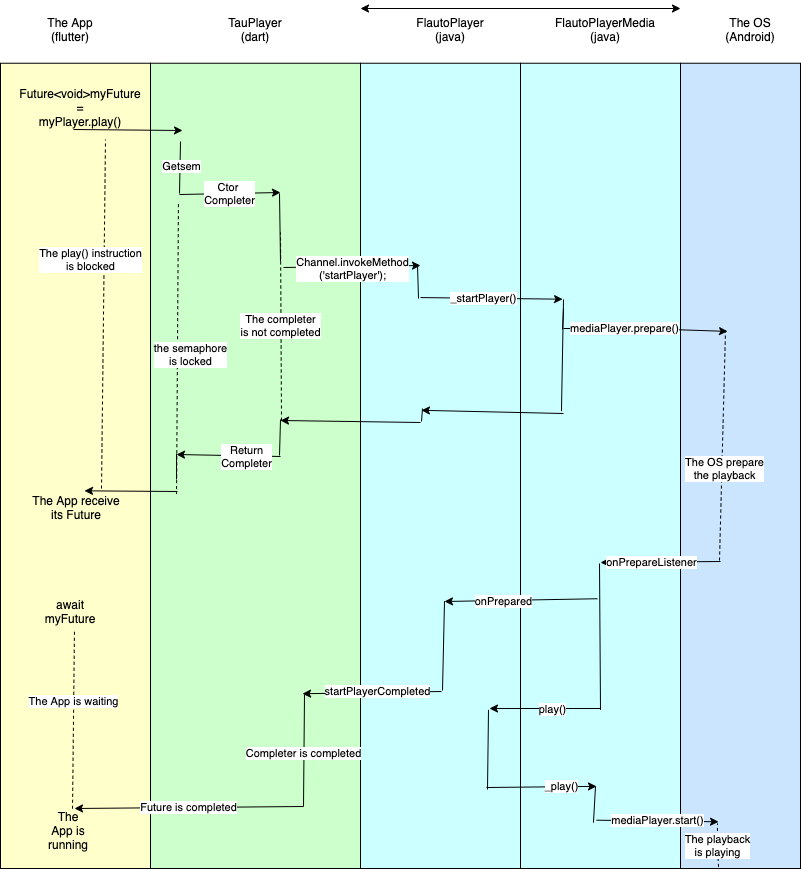
Earlier version of the draw.io export doc/images/processing_flow.png (Canardoux/tau_sound). Source tidied: cells renumbered, new cells last; positions are measured from the earlier drawing's top-left corner, leaving out a move shared by most shapes.
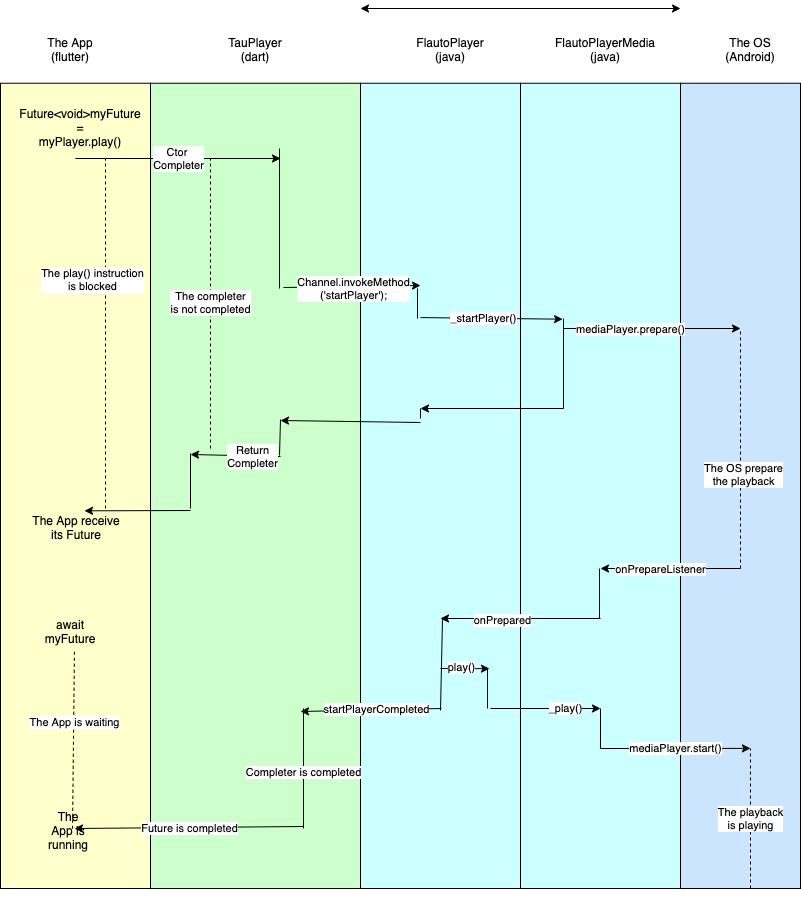
The same file after the commit.

Change to the diagram source:
```diff
@@ -9,7 +9,7 @@
       </mxGeometry>
     </mxCell>
     <mxCell id="3" style="group;" parent="1" vertex="1">
-      <mxGeometry y="10" width="800" height="860" as="geometry" />
+      <mxGeometry y="30" width="800" height="860" as="geometry" />
     </mxCell>
     <mxCell id="4" style="group;" parent="3" vertex="1">
       <mxGeometry x="680" width="120" height="850" as="geometry" />
@@ -20,13 +20,6 @@
     <mxCell id="6" value="The OS&lt;br&gt;(Android)" style="text;html=1;strokeColor=none;fillColor=none;align=center;verticalAlign=middle;whiteSpace=wrap;rounded=0;" parent="4" vertex="1">
       <mxGeometry x="40" width="60" height="22.4" as="geometry" />
     </mxCell>
-    <mxCell id="7" value="The playback&lt;br&gt;is playing" style="endArrow=none;dashed=1;html=1;entryX=0.308;entryY=0.944;entryDx=0;entryDy=0;entryPerimeter=0;exitX=0.317;exitY=0.998;exitDx=0;exitDy=0;exitPerimeter=0;elbow=horizontal;" parent="4" edge="1" source="5" target="5">
-      <mxGeometry relative="1" as="geometry">
-        <Array as="points">
-          <mxPoint x="37" y="830" />
-        </Array>
-      </mxGeometry>
-    </mxCell>
     <mxCell id="8" style="group;" parent="3" vertex="1">
       <mxGeometry width="150" height="850" as="geometry" />
     </mxCell>
@@ -62,9 +55,6 @@
     <mxCell id="18" value="TauPlayer&lt;br&gt;(dart)" style="text;html=1;strokeColor=none;fillColor=none;align=center;verticalAlign=middle;whiteSpace=wrap;rounded=0;" parent="16" vertex="1">
       <mxGeometry x="60" width="90" height="22.4" as="geometry" />
     </mxCell>
-    <mxCell id="19" value="the semaphore&lt;br&gt;is locked" style="endArrow=none;dashed=1;html=1;exitX=0.133;exitY=0.175;exitDx=0;exitDy=0;exitPerimeter=0;entryX=0.124;entryY=0.535;entryDx=0;entryDy=0;entryPerimeter=0;" parent="16" edge="1" source="17" target="17">
-      <mxGeometry x="0.03" y="13" relative="1" as="geometry" />
-    </mxCell>
     <mxCell id="20" style="group;" parent="3" vertex="1">
       <mxGeometry x="360" width="160" height="850" as="geometry" />
     </mxCell>
@@ -74,14 +64,16 @@
     <mxCell id="22" value="FlautoPlayer&lt;br&gt;(java)" style="text;html=1;strokeColor=none;fillColor=none;align=center;verticalAlign=middle;whiteSpace=wrap;rounded=0;" parent="20" vertex="1">
       <mxGeometry x="40" width="100" height="22.4" as="geometry" />
     </mxCell>
-    <mxCell id="23" style="endArrow=none;html=1;entryX=0.8;entryY=0.803;entryDx=0;entryDy=0;entryPerimeter=0;" parent="20" edge="1" target="21">
+    <mxCell id="23" style="endArrow=none;html=1;" parent="20" edge="1">
       <mxGeometry relative="1" as="geometry">
-        <mxPoint x="127" y="771" as="sourcePoint" />
+        <mxPoint x="127" y="670" as="sourcePoint" />
+        <mxPoint x="127" y="630" as="targetPoint" />
       </mxGeometry>
     </mxCell>
-    <mxCell id="24" style="endArrow=none;html=1;exitX=0.525;exitY=0.668;exitDx=0;exitDy=0;exitPerimeter=0;" parent="20" edge="1" source="21">
+    <mxCell id="24" style="endArrow=none;html=1;" parent="20" edge="1">
       <mxGeometry relative="1" as="geometry">
-        <mxPoint x="82" y="672" as="targetPoint" />
+        <mxPoint x="82" y="580" as="sourcePoint" />
+        <mxPoint x="80" y="672" as="targetPoint" />
       </mxGeometry>
     </mxCell>
     <mxCell id="25" style="group;" parent="3" vertex="1">
@@ -93,21 +85,21 @@
     <mxCell id="27" value="FlautoPlayerMedia&lt;br&gt;(java)" style="text;html=1;strokeColor=none;fillColor=none;align=center;verticalAlign=middle;whiteSpace=wrap;rounded=0;" parent="25" vertex="1">
       <mxGeometry x="40" width="90" height="22.4" as="geometry" />
     </mxCell>
-    <mxCell id="28" style="endArrow=none;html=1;exitX=0.5;exitY=0.803;exitDx=0;exitDy=0;exitPerimeter=0;" parent="25" edge="1" source="26">
+    <mxCell id="28" style="endArrow=none;html=1;" parent="25" edge="1">
       <mxGeometry relative="1" as="geometry">
-        <mxPoint x="79" y="545" as="targetPoint" />
+        <mxPoint x="79" y="580" as="sourcePoint" />
+        <mxPoint x="79" y="530" as="targetPoint" />
       </mxGeometry>
     </mxCell>
-    <mxCell id="29" style="endArrow=classic;html=1;" parent="3" edge="1">
-      <mxGeometry relative="1" as="geometry">
-        <mxPoint x="73" y="111" as="sourcePoint" />
-        <mxPoint x="182" y="112" as="targetPoint" />
-      </mxGeometry>
-    </mxCell>
+    <mxCell id="71" style="endArrow=none;html=1;" parent="25" edge="1">
+      <mxGeometry relative="1" as="geometry">
+        <mxPoint x="80" y="710" as="sourcePoint" />
+        <mxPoint x="80" y="670" as="targetPoint" />
+      </mxGeometry>
+    </mxCell>
-    <mxCell id="30" value="play()" style="endArrow=classic;html=1;" parent="3" edge="1">
+    <mxCell id="30" value="play()" style="endArrow=classic;html=1;entryX=0.806;entryY=0.727;entryDx=0;entryDy=0;entryPerimeter=0;" parent="3" edge="1" target="21">
       <mxGeometry x="-0.14" y="1" relative="1" as="geometry">
-        <mxPoint x="600" y="690" as="sourcePoint" />
-        <mxPoint x="489" y="690" as="targetPoint" />
+        <mxPoint x="440" y="630" as="sourcePoint" />
       </mxGeometry>
     </mxCell>
     <mxCell id="31" style="endArrow=classic;html=1;" parent="3" edge="1">
@@ -119,8 +111,10 @@
     <mxCell id="32" value="Future is completed" style="edgeLabel;html=1;align=center;verticalAlign=middle;" parent="31" vertex="1">
       <mxGeometry x="0.01" relative="1" as="geometry" />
     </mxCell>
-    <mxCell id="33" value="mediaPlayer.start()" style="endArrow=classic;html=1;exitX=0.475;exitY=0.94;exitDx=0;exitDy=0;exitPerimeter=0;entryX=0.317;entryY=0.942;entryDx=0;entryDy=0;entryPerimeter=0;" parent="3" edge="1" source="26" target="5">
-      <mxGeometry relative="1" as="geometry" />
+    <mxCell id="33" value="mediaPlayer.start()" style="endArrow=classic;html=1;entryX=0.583;entryY=0.826;entryDx=0;entryDy=0;entryPerimeter=0;" parent="3" edge="1" target="5">
+      <mxGeometry relative="1" as="geometry">
+        <mxPoint x="600" y="710" as="sourcePoint" />
+      </mxGeometry>
     </mxCell>
     <mxCell id="34" style="endArrow=classic;html=1;" parent="3" edge="1">
       <mxGeometry relative="1" as="geometry">
@@ -139,78 +133,85 @@
     <mxCell id="37" value="_startPlayer()" style="edgeLabel;html=1;align=center;verticalAlign=middle;" parent="36" vertex="1">
       <mxGeometry x="-0.12" relative="1" as="geometry" />
     </mxCell>
-    <mxCell id="38" style="endArrow=classic;html=1;exitX=0.481;exitY=0.665;exitDx=0;exitDy=0;exitPerimeter=0;" parent="3" edge="1" source="26">
+    <mxCell id="38" style="endArrow=classic;html=1;" parent="3" edge="1">
       <mxGeometry relative="1" as="geometry">
-        <mxPoint x="444" y="583" as="targetPoint" />
+        <mxPoint x="600" y="580" as="sourcePoint" />
+        <mxPoint x="440" y="580" as="targetPoint" />
       </mxGeometry>
     </mxCell>
     <mxCell id="39" value="onPrepared" style="edgeLabel;html=1;align=center;verticalAlign=middle;" parent="38" vertex="1">
       <mxGeometry x="0.23" y="1" relative="1" as="geometry" />
     </mxCell>
-    <mxCell id="40" style="endArrow=classic;html=1;entryX=0.724;entryY=0.783;entryDx=0;entryDy=0;entryPerimeter=0;" parent="3" edge="1" target="17">
+    <mxCell id="40" style="endArrow=classic;html=1;" parent="3" edge="1">
       <mxGeometry relative="1" as="geometry">
-        <mxPoint x="441" y="673" as="sourcePoint" />
+        <mxPoint x="441" y="670" as="sourcePoint" />
+        <mxPoint x="300" y="673" as="targetPoint" />
       </mxGeometry>
     </mxCell>
     <mxCell id="41" value="startPlayerCompleted" style="edgeLabel;html=1;align=center;verticalAlign=middle;" parent="40" vertex="1">
       <mxGeometry x="-0.08" y="-1" relative="1" as="geometry" />
     </mxCell>
-    <mxCell id="42" style="endArrow=classic;html=1;entryX=0.56;entryY=0.531;entryDx=0;entryDy=0;entryPerimeter=0;" parent="1" edge="1" target="9">
+    <mxCell id="42" style="endArrow=classic;html=1;entryX=0.56;entryY=0.531;entryDx=0;entryDy=0;entryPerimeter=0;" parent="3" edge="1" target="9">
       <mxGeometry relative="1" as="geometry">
-        <mxPoint x="177" y="483" as="sourcePoint" />
+        <mxPoint x="190" y="472" as="sourcePoint" />
       </mxGeometry>
     </mxCell>
-    <mxCell id="43" value="Ctor &lt;br&gt;Completer" style="endArrow=classic;html=1;" parent="1" edge="1">
+    <mxCell id="43" value="Ctor &lt;br&gt;Completer" style="endArrow=classic;html=1;" parent="3" edge="1">
       <mxGeometry relative="1" as="geometry">
-        <mxPoint x="179" y="186" as="sourcePoint" />
-        <mxPoint x="280" y="184" as="targetPoint" />
+        <mxPoint x="75" y="120" as="sourcePoint" />
+        <mxPoint x="280" y="120" as="targetPoint" />
       </mxGeometry>
     </mxCell>
+    <mxCell id="69" style="endArrow=classic;html=1;" parent="3" edge="1">
+      <mxGeometry relative="1" as="geometry">
+        <mxPoint x="490" y="670" as="sourcePoint" />
+        <mxPoint x="600" y="670" as="targetPoint" />
+      </mxGeometry>
+    </mxCell>
+    <mxCell id="70" value="_play()" style="edgeLabel;html=1;align=center;verticalAlign=middle;" parent="69" vertex="1">
+      <mxGeometry x="0.1" y="1" relative="1" as="geometry">
+        <mxPoint x="14" as="offset" />
+      </mxGeometry>
+    </mxCell>
+    <mxCell id="7" value="The playback&lt;br&gt;is playing" style="endArrow=none;dashed=1;html=1;entryX=0.583;entryY=0.826;entryDx=0;entryDy=0;entryPerimeter=0;elbow=horizontal;" parent="3" edge="1" target="5">
+      <mxGeometry relative="1" as="geometry">
+        <mxPoint x="750" y="850" as="sourcePoint" />
+        <Array as="points">
+          <mxPoint x="750" y="780" />
+        </Array>
+      </mxGeometry>
+    </mxCell>
     <mxCell id="44" style="endArrow=classic;html=1;" parent="1" edge="1">
       <mxGeometry relative="1" as="geometry">
         <mxPoint x="280" y="448" as="sourcePoint" />
-        <mxPoint x="176" y="446" as="targetPoint" />
+        <mxPoint x="190" y="446" as="targetPoint" />
       </mxGeometry>
     </mxCell>
     <mxCell id="45" value="Return&lt;br&gt;Completer" style="edgeLabel;html=1;align=center;verticalAlign=middle;" parent="44" vertex="1">
       <mxGeometry x="-0.35" relative="1" as="geometry" />
     </mxCell>
-    <mxCell id="46" style="endArrow=none;html=1;" parent="1" edge="1">
-      <mxGeometry relative="1" as="geometry">
-        <mxPoint x="180" y="133" as="sourcePoint" />
-        <mxPoint x="179" y="185" as="targetPoint" />
-      </mxGeometry>
-    </mxCell>
-    <mxCell id="47" value="Getsem" style="edgeLabel;html=1;align=center;verticalAlign=middle;" parent="46" vertex="1">
-      <mxGeometry x="-0.05" y="1" relative="1" as="geometry" />
-    </mxCell>
     <mxCell id="48" style="endArrow=none;html=1;" parent="1" edge="1">
       <mxGeometry relative="1" as="geometry">
-        <mxPoint x="176" y="445" as="sourcePoint" />
-        <mxPoint x="176" y="471" as="targetPoint" />
+        <mxPoint x="190" y="445" as="sourcePoint" />
+        <mxPoint x="190" y="500" as="targetPoint" />
       </mxGeometry>
     </mxCell>
     <mxCell id="49" style="endArrow=none;html=1;" parent="1" edge="1">
       <mxGeometry relative="1" as="geometry">
-        <mxPoint x="280" y="253" as="sourcePoint" />
-        <mxPoint x="279" y="185" as="targetPoint" />
+        <mxPoint x="279" y="280" as="sourcePoint" />
+        <mxPoint x="279" y="140" as="targetPoint" />
       </mxGeometry>
     </mxCell>
     <mxCell id="50" style="endArrow=none;html=1;" parent="1" edge="1">
       <mxGeometry relative="1" as="geometry">
-        <mxPoint x="418" y="290" as="sourcePoint" />
-        <mxPoint x="417" y="256" as="targetPoint" />
+        <mxPoint x="417" y="310" as="sourcePoint" />
+        <mxPoint x="417" y="280" as="targetPoint" />
       </mxGeometry>
     </mxCell>
-    <mxCell id="51" style="endArrow=none;html=1;" parent="1" edge="1">
-      <mxGeometry relative="1" as="geometry">
-        <mxPoint x="562" y="321" as="sourcePoint" />
-        <mxPoint x="563" y="300" as="targetPoint" />
-      </mxGeometry>
-    </mxCell>
-    <mxCell id="52" style="endArrow=classic;html=1;entryX=0.392;entryY=0.333;entryDx=0;entryDy=0;entryPerimeter=0;" parent="1" edge="1" target="5">
+    <mxCell id="52" style="endArrow=classic;html=1;" parent="1" edge="1">
       <mxGeometry relative="1" as="geometry">
         <mxPoint x="563" y="320" as="sourcePoint" />
+        <mxPoint x="740" y="320" as="targetPoint" />
         <Array as="points">
           <mxPoint x="640" y="320" />
         </Array>
@@ -219,20 +220,16 @@
     <mxCell id="53" value="mediaPlayer.prepare()" style="edgeLabel;html=1;align=center;verticalAlign=middle;" parent="52" vertex="1">
       <mxGeometry x="-0.26" relative="1" as="geometry" />
     </mxCell>
-    <mxCell id="54" style="endArrow=none;html=1;" parent="1" edge="1">
-      <mxGeometry relative="1" as="geometry">
-        <mxPoint x="421" y="413" as="sourcePoint" />
-        <mxPoint x="422" y="400" as="targetPoint" />
-      </mxGeometry>
-    </mxCell>
-    <mxCell id="55" style="endArrow=none;html=1;exitX=0.256;exitY=0.432;exitDx=0;exitDy=0;exitPerimeter=0;" parent="1" edge="1" source="26">
+    <mxCell id="55" style="endArrow=none;html=1;" parent="1" edge="1">
       <mxGeometry relative="1" as="geometry">
-        <mxPoint x="563" y="291" as="targetPoint" />
+        <mxPoint x="563" y="400" as="sourcePoint" />
+        <mxPoint x="563" y="310" as="targetPoint" />
       </mxGeometry>
     </mxCell>
-    <mxCell id="56" style="endArrow=classic;html=1;entryX=0.381;entryY=0.431;entryDx=0;entryDy=0;entryPerimeter=0;" parent="1" edge="1" target="21">
+    <mxCell id="56" style="endArrow=classic;html=1;" parent="1" edge="1">
       <mxGeometry relative="1" as="geometry">
-        <mxPoint x="563" y="405" as="sourcePoint" />
+        <mxPoint x="563" y="400" as="sourcePoint" />
+        <mxPoint x="420" y="400" as="targetPoint" />
       </mxGeometry>
     </mxCell>
     <mxCell id="57" style="endArrow=classic;html=1;" parent="1" edge="1">
@@ -249,8 +246,8 @@
     </mxCell>
     <mxCell id="59" style="endArrow=none;dashed=1;html=1;" parent="1" edge="1">
       <mxGeometry relative="1" as="geometry">
-        <mxPoint x="281" y="412" as="sourcePoint" />
-        <mxPoint x="280" y="224" as="targetPoint" />
+        <mxPoint x="210" y="440" as="sourcePoint" />
+        <mxPoint x="210" y="150" as="targetPoint" />
       </mxGeometry>
     </mxCell>
     <mxCell id="60" value="The completer&lt;br&gt;is not completed" style="edgeLabel;html=1;align=center;verticalAlign=middle;" parent="59" vertex="1">
@@ -258,8 +255,8 @@
     </mxCell>
     <mxCell id="61" style="endArrow=none;dashed=1;html=1;" parent="1" edge="1">
       <mxGeometry relative="1" as="geometry">
-        <mxPoint x="101" y="480" as="sourcePoint" />
-        <mxPoint x="105" y="131" as="targetPoint" />
+        <mxPoint x="105" y="500" as="sourcePoint" />
+        <mxPoint x="105" y="150" as="targetPoint" />
       </mxGeometry>
     </mxCell>
     <mxCell id="62" value="The play() instruction&lt;br&gt;is blocked" style="edgeLabel;html=1;align=center;verticalAlign=middle;" parent="61" vertex="1">
@@ -269,16 +266,17 @@
     </mxCell>
     <mxCell id="63" style="endArrow=none;dashed=1;html=1;" parent="1" edge="1">
       <mxGeometry relative="1" as="geometry">
-        <mxPoint x="719" y="552" as="sourcePoint" />
-        <mxPoint x="725" y="322" as="targetPoint" />
+        <mxPoint x="740" y="560" as="sourcePoint" />
+        <mxPoint x="740" y="322" as="targetPoint" />
       </mxGeometry>
     </mxCell>
     <mxCell id="64" value="The OS prepare&lt;br&gt;the playback" style="edgeLabel;html=1;align=center;verticalAlign=middle;" parent="63" vertex="1">
       <mxGeometry x="-0.2" y="-2" relative="1" as="geometry" />
     </mxCell>
-    <mxCell id="65" style="endArrow=classic;html=1;entryX=0.5;entryY=0.62;entryDx=0;entryDy=0;entryPerimeter=0;" parent="1" edge="1" target="26">
+    <mxCell id="65" style="endArrow=classic;html=1;" parent="1" edge="1">
       <mxGeometry relative="1" as="geometry">
-        <mxPoint x="720" y="553" as="sourcePoint" />
+        <mxPoint x="740" y="560" as="sourcePoint" />
+        <mxPoint x="600" y="560" as="targetPoint" />
       </mxGeometry>
     </mxCell>
     <mxCell id="66" value="onPrepareListener" style="edgeLabel;html=1;align=center;verticalAlign=middle;" parent="65" vertex="1">
@@ -286,30 +284,21 @@
     </mxCell>
     <mxCell id="67" style="endArrow=none;html=1;" parent="1" edge="1">
       <mxGeometry relative="1" as="geometry">
-        <mxPoint x="304" y="686" as="sourcePoint" />
-        <mxPoint x="303" y="798" as="targetPoint" />
+        <mxPoint x="303" y="700" as="sourcePoint" />
+        <mxPoint x="303" y="820" as="targetPoint" />
       </mxGeometry>
     </mxCell>
     <mxCell id="68" value="Completer is completed" style="edgeLabel;html=1;align=center;verticalAlign=middle;" parent="67" vertex="1">
       <mxGeometry x="0.05" y="-1" relative="1" as="geometry" />
     </mxCell>
-    <mxCell id="69" style="endArrow=classic;html=1;entryX=0.475;entryY=0.898;entryDx=0;entryDy=0;entryPerimeter=0;" parent="1" edge="1" target="26">
-      <mxGeometry relative="1" as="geometry">
-        <mxPoint x="486" y="779" as="sourcePoint" />
-      </mxGeometry>
-    </mxCell>
-    <mxCell id="70" value="_play()" style="edgeLabel;html=1;align=center;verticalAlign=middle;" parent="69" vertex="1">
-      <mxGeometry x="0.1" y="1" relative="1" as="geometry">
-        <mxPoint x="14" as="offset" />
-      </mxGeometry>
-    </mxCell>
-    <mxCell id="71" style="endArrow=none;html=1;exitX=0.456;exitY=0.943;exitDx=0;exitDy=0;exitPerimeter=0;" parent="1" edge="1" source="26">
-      <mxGeometry relative="1" as="geometry">
-        <mxPoint x="595" y="778" as="targetPoint" />
-      </mxGeometry>
-    </mxCell>
     <mxCell id="72" value="The App is running" style="text;html=1;strokeColor=none;fillColor=none;align=center;verticalAlign=middle;whiteSpace=wrap;rounded=0;" parent="1" vertex="1">
       <mxGeometry x="48" y="812" width="40" height="20" as="geometry" />
     </mxCell>
+    <mxCell id="73" style="endArrow=none;html=1;" parent="1" edge="1">
+      <mxGeometry relative="1" as="geometry">
+        <mxPoint x="420" y="410" as="sourcePoint" />
+        <mxPoint x="420" y="400" as="targetPoint" />
+      </mxGeometry>
+    </mxCell>
   </root>
 </mxGraphModel>
```
